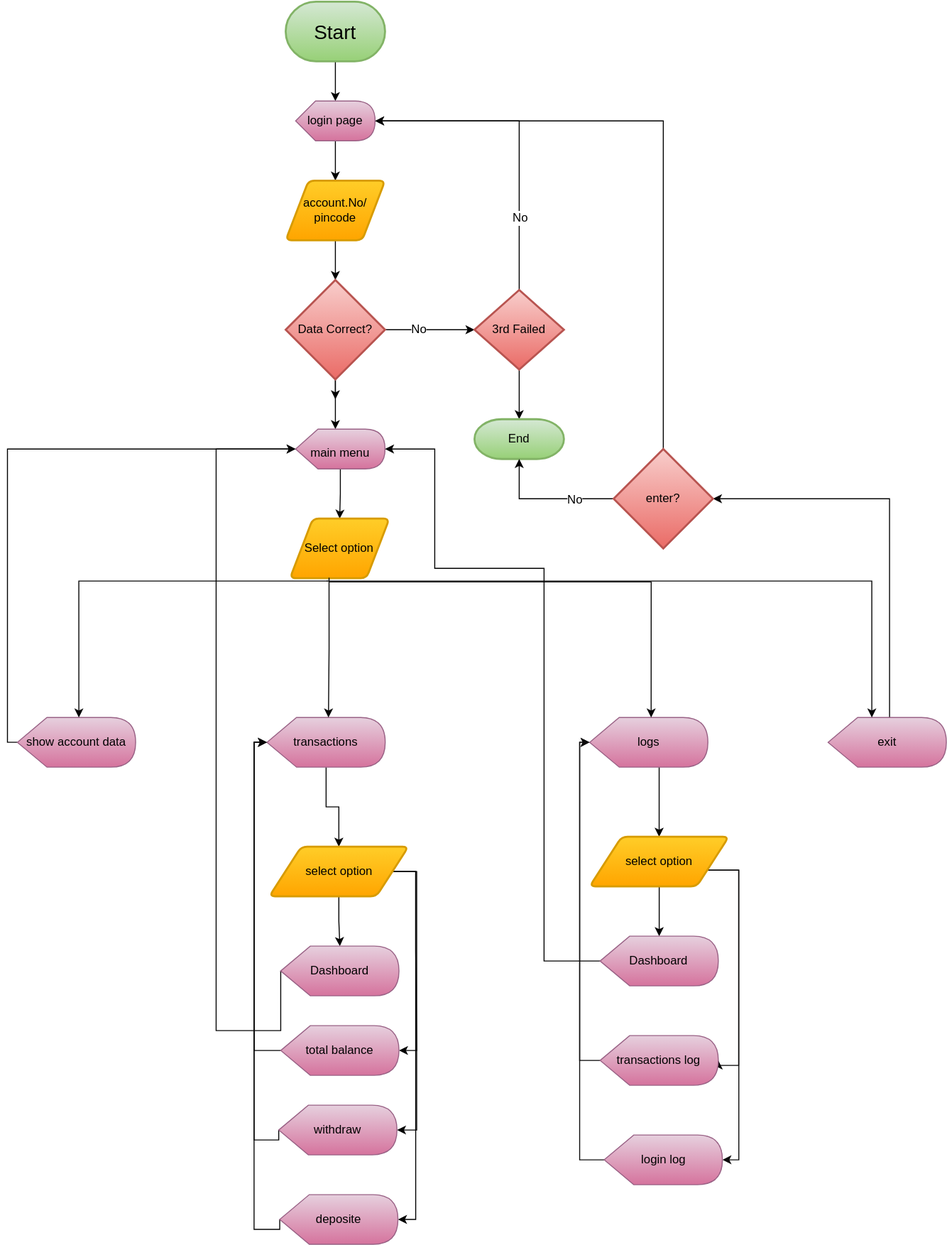
Earlier version of the draw.io export doc/2-Design/flowcharts/ATMApp_ScreensFlowchart.drawio.svg (KareemSolimanDev/OOBS-Object_Oriented_Bank_System). Source tidied: cells renumbered, new cells last; positions are measured from the earlier drawing's top-left corner, leaving out a move shared by most shapes.
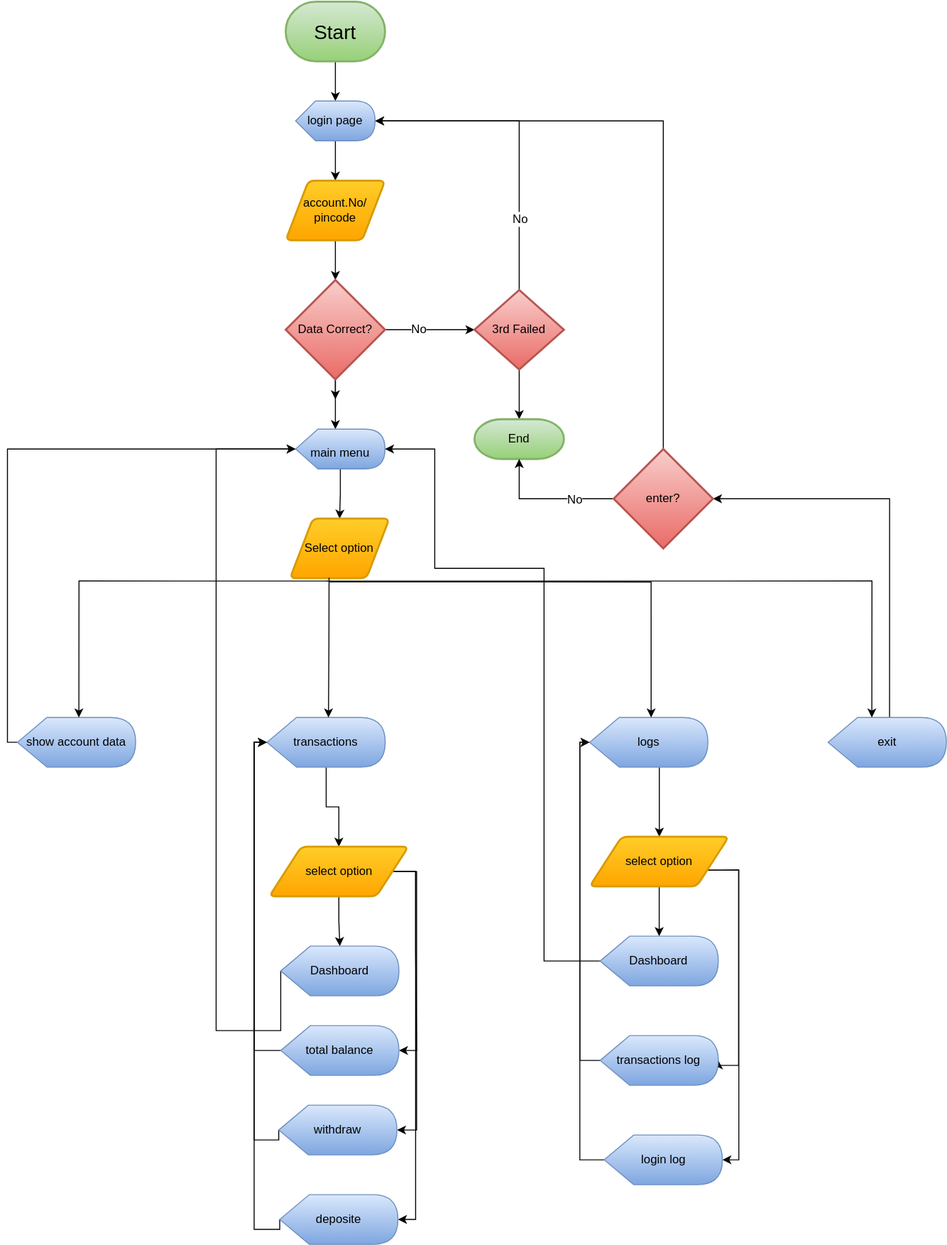
After the commit.

What changed in the source:
```diff
@@ -11,7 +11,7 @@
     <mxCell id="4" style="edgeStyle=none;curved=1;html=1;entryX=0.5;entryY=0;entryDx=0;entryDy=0;strokeColor=#000000;fontFamily=Helvetica;fontSize=20;" parent="1" edge="1" source="5" target="7">
       <mxGeometry relative="1" as="geometry" />
     </mxCell>
-    <mxCell id="5" value="login page" style="shape=display;whiteSpace=wrap;html=1;fillColor=#e6d0de;gradientColor=#d5739d;strokeColor=#996185;" parent="1" vertex="1">
+    <mxCell id="5" value="login page" style="shape=display;whiteSpace=wrap;html=1;fillColor=#dae8fc;gradientColor=#7ea6e0;strokeColor=#6c8ebf;" parent="1" vertex="1">
       <mxGeometry x="280" y="100" width="80" height="40" as="geometry" />
     </mxCell>
     <mxCell id="6" style="edgeStyle=none;curved=1;html=1;strokeColor=#000000;fontFamily=Helvetica;fontSize=20;" parent="1" edge="1" source="7" target="12">
@@ -54,7 +54,7 @@
     <mxCell id="17" style="edgeStyle=orthogonalEdgeStyle;rounded=0;html=1;strokeColor=#050505;" parent="1" edge="1" source="18" target="53">
       <mxGeometry relative="1" as="geometry" />
     </mxCell>
-    <mxCell id="18" value="&lt;span style=&quot;font-size: 12px;&quot;&gt;main menu&lt;br&gt;&lt;/span&gt;" style="shape=display;whiteSpace=wrap;html=1;fillColor=#e6d0de;gradientColor=#d5739d;strokeColor=#996185;fontFamily=Helvetica;fontSize=20;" parent="1" vertex="1">
+    <mxCell id="18" value="&lt;span style=&quot;font-size: 12px;&quot;&gt;main menu&lt;br&gt;&lt;/span&gt;" style="shape=display;whiteSpace=wrap;html=1;fillColor=#dae8fc;gradientColor=#7ea6e0;strokeColor=#6c8ebf;fontFamily=Helvetica;fontSize=20;" parent="1" vertex="1">
       <mxGeometry x="280" y="430" width="90" height="40" as="geometry" />
     </mxCell>
     <mxCell id="19" value="End" style="strokeWidth=2;html=1;shape=mxgraph.flowchart.terminator;whiteSpace=wrap;fontSize=12;fillColor=#d5e8d4;gradientColor=#97d077;strokeColor=#82b366;" parent="1" vertex="1">
@@ -63,7 +63,7 @@
     <mxCell id="20" style="edgeStyle=orthogonalEdgeStyle;rounded=0;html=1;exitX=0;exitY=0.5;exitDx=0;exitDy=0;exitPerimeter=0;entryX=0;entryY=0.5;entryDx=0;entryDy=0;entryPerimeter=0;strokeColor=#000000;fontSize=12;" parent="1" edge="1" source="21" target="18">
       <mxGeometry relative="1" as="geometry" />
     </mxCell>
-    <mxCell id="21" value="show account data" style="shape=display;whiteSpace=wrap;html=1;fillColor=#e6d0de;gradientColor=#d5739d;strokeColor=#996185;fontSize=12;" parent="1" vertex="1">
+    <mxCell id="21" value="show account data" style="shape=display;whiteSpace=wrap;html=1;fillColor=#dae8fc;gradientColor=#7ea6e0;strokeColor=#6c8ebf;fontSize=12;" parent="1" vertex="1">
       <mxGeometry y="720" width="119" height="50" as="geometry" />
     </mxCell>
     <mxCell id="22" style="edgeStyle=orthogonalEdgeStyle;rounded=0;html=1;strokeColor=#000000;fontSize=12;" parent="1" edge="1" source="23" target="35">
@@ -74,19 +74,19 @@
         </Array>
       </mxGeometry>
     </mxCell>
-    <mxCell id="23" value="logs" style="shape=display;whiteSpace=wrap;html=1;fillColor=#e6d0de;gradientColor=#d5739d;strokeColor=#996185;fontSize=12;" parent="1" vertex="1">
+    <mxCell id="23" value="logs" style="shape=display;whiteSpace=wrap;html=1;fillColor=#dae8fc;gradientColor=#7ea6e0;strokeColor=#6c8ebf;fontSize=12;" parent="1" vertex="1">
       <mxGeometry x="575.9" y="720" width="119" height="50" as="geometry" />
     </mxCell>
     <mxCell id="24" style="edgeStyle=orthogonalEdgeStyle;rounded=0;html=1;strokeColor=#050505;" parent="1" edge="1" source="25" target="42">
       <mxGeometry relative="1" as="geometry" />
     </mxCell>
-    <mxCell id="25" value="transactions" style="shape=display;whiteSpace=wrap;html=1;fillColor=#e6d0de;gradientColor=#d5739d;strokeColor=#996185;fontSize=12;" parent="1" vertex="1">
+    <mxCell id="25" value="transactions" style="shape=display;whiteSpace=wrap;html=1;fillColor=#dae8fc;gradientColor=#7ea6e0;strokeColor=#6c8ebf;fontSize=12;" parent="1" vertex="1">
       <mxGeometry x="251.2" y="720" width="119" height="50" as="geometry" />
     </mxCell>
     <mxCell id="26" style="edgeStyle=orthogonalEdgeStyle;rounded=0;html=1;exitX=0;exitY=0;exitDx=61.874999999999986;exitDy=0;exitPerimeter=0;entryX=1;entryY=0.5;entryDx=0;entryDy=0;entryPerimeter=0;strokeColor=#050505;" parent="1" edge="1" source="27" target="31">
       <mxGeometry relative="1" as="geometry" />
     </mxCell>
-    <mxCell id="27" value="exit" style="shape=display;whiteSpace=wrap;html=1;fillColor=#e6d0de;gradientColor=#d5739d;strokeColor=#996185;fontSize=12;" parent="1" vertex="1">
+    <mxCell id="27" value="exit" style="shape=display;whiteSpace=wrap;html=1;fillColor=#dae8fc;gradientColor=#7ea6e0;strokeColor=#6c8ebf;fontSize=12;" parent="1" vertex="1">
       <mxGeometry x="815.8" y="720" width="119" height="50" as="geometry" />
     </mxCell>
     <mxCell id="28" style="edgeStyle=orthogonalEdgeStyle;html=1;exitX=0.5;exitY=0;exitDx=0;exitDy=0;exitPerimeter=0;entryX=1;entryY=0.5;entryDx=0;entryDy=0;entryPerimeter=0;strokeColor=#000000;fontSize=12;rounded=0;" parent="1" edge="1" source="31" target="5">
@@ -129,7 +129,7 @@
     <mxCell id="36" style="edgeStyle=orthogonalEdgeStyle;rounded=0;html=1;exitX=0;exitY=0.5;exitDx=0;exitDy=0;exitPerimeter=0;entryX=0;entryY=0.5;entryDx=0;entryDy=0;entryPerimeter=0;strokeColor=#000000;fontSize=12;" parent="1" edge="1" source="37" target="23">
       <mxGeometry relative="1" as="geometry" />
     </mxCell>
-    <mxCell id="37" value="transactions log" style="shape=display;whiteSpace=wrap;html=1;fillColor=#e6d0de;gradientColor=#d5739d;strokeColor=#996185;fontSize=12;" parent="1" vertex="1">
+    <mxCell id="37" value="transactions log" style="shape=display;whiteSpace=wrap;html=1;fillColor=#dae8fc;gradientColor=#7ea6e0;strokeColor=#6c8ebf;fontSize=12;" parent="1" vertex="1">
       <mxGeometry x="586.4" y="1040" width="119" height="50" as="geometry" />
     </mxCell>
     <mxCell id="38" style="edgeStyle=orthogonalEdgeStyle;rounded=0;html=1;strokeColor=#000000;fontSize=12;" parent="1" edge="1" source="42" target="46">
@@ -171,7 +171,7 @@
         </Array>
       </mxGeometry>
     </mxCell>
-    <mxCell id="44" value="total balance" style="shape=display;whiteSpace=wrap;html=1;fillColor=#e6d0de;gradientColor=#d5739d;strokeColor=#996185;fontSize=12;" parent="1" vertex="1">
+    <mxCell id="44" value="total balance" style="shape=display;whiteSpace=wrap;html=1;fillColor=#dae8fc;gradientColor=#7ea6e0;strokeColor=#6c8ebf;fontSize=12;" parent="1" vertex="1">
       <mxGeometry x="265" y="1030" width="119" height="50" as="geometry" />
     </mxCell>
     <mxCell id="45" style="edgeStyle=orthogonalEdgeStyle;rounded=0;html=1;exitX=0;exitY=0.5;exitDx=0;exitDy=0;exitPerimeter=0;entryX=0;entryY=0.5;entryDx=0;entryDy=0;entryPerimeter=0;strokeColor=#050505;" parent="1" edge="1" source="46" target="18">
@@ -182,7 +182,7 @@
         </Array>
       </mxGeometry>
     </mxCell>
-    <mxCell id="46" value="Dashboard" style="shape=display;whiteSpace=wrap;html=1;fillColor=#e6d0de;gradientColor=#d5739d;strokeColor=#996185;fontSize=12;" parent="1" vertex="1">
+    <mxCell id="46" value="Dashboard" style="shape=display;whiteSpace=wrap;html=1;fillColor=#dae8fc;gradientColor=#7ea6e0;strokeColor=#6c8ebf;fontSize=12;" parent="1" vertex="1">
       <mxGeometry x="265" y="950" width="119" height="50" as="geometry" />
     </mxCell>
     <mxCell id="47" style="edgeStyle=orthogonalEdgeStyle;rounded=0;html=1;exitX=0;exitY=0.5;exitDx=0;exitDy=0;exitPerimeter=0;entryX=0;entryY=0.5;entryDx=0;entryDy=0;entryPerimeter=0;strokeColor=#050505;" parent="1" edge="1" source="48" target="25">
@@ -194,7 +194,7 @@
         </Array>
       </mxGeometry>
     </mxCell>
-    <mxCell id="48" value="deposite" style="shape=display;whiteSpace=wrap;html=1;fillColor=#e6d0de;gradientColor=#d5739d;strokeColor=#996185;fontSize=12;" parent="1" vertex="1">
+    <mxCell id="48" value="deposite" style="shape=display;whiteSpace=wrap;html=1;fillColor=#dae8fc;gradientColor=#7ea6e0;strokeColor=#6c8ebf;fontSize=12;" parent="1" vertex="1">
       <mxGeometry x="264" y="1200" width="119" height="50" as="geometry" />
     </mxCell>
     <mxCell id="49" style="edgeStyle=orthogonalEdgeStyle;rounded=0;html=1;exitX=0;exitY=0.5;exitDx=0;exitDy=0;exitPerimeter=0;entryX=0;entryY=0.5;entryDx=0;entryDy=0;entryPerimeter=0;strokeColor=#050505;" parent="1" edge="1" source="50" target="25">
@@ -206,7 +206,7 @@
         </Array>
       </mxGeometry>
     </mxCell>
-    <mxCell id="50" value="withdraw" style="shape=display;whiteSpace=wrap;html=1;fillColor=#e6d0de;gradientColor=#d5739d;strokeColor=#996185;fontSize=12;" parent="1" vertex="1">
+    <mxCell id="50" value="withdraw" style="shape=display;whiteSpace=wrap;html=1;fillColor=#dae8fc;gradientColor=#7ea6e0;strokeColor=#6c8ebf;fontSize=12;" parent="1" vertex="1">
       <mxGeometry x="263" y="1110" width="119" height="50" as="geometry" />
     </mxCell>
     <mxCell id="51" style="edgeStyle=orthogonalEdgeStyle;rounded=0;html=1;exitX=0;exitY=0.5;exitDx=0;exitDy=0;exitPerimeter=0;entryX=1;entryY=0.5;entryDx=0;entryDy=0;entryPerimeter=0;strokeColor=#000000;fontSize=12;" parent="1" edge="1" source="52" target="18">
@@ -219,7 +219,7 @@
         </Array>
       </mxGeometry>
     </mxCell>
-    <mxCell id="52" value="Dashboard" style="shape=display;whiteSpace=wrap;html=1;fillColor=#e6d0de;gradientColor=#d5739d;strokeColor=#996185;fontSize=12;" parent="1" vertex="1">
+    <mxCell id="52" value="Dashboard" style="shape=display;whiteSpace=wrap;html=1;fillColor=#dae8fc;gradientColor=#7ea6e0;strokeColor=#6c8ebf;fontSize=12;" parent="1" vertex="1">
       <mxGeometry x="586.4" y="940" width="119" height="50" as="geometry" />
     </mxCell>
     <mxCell id="53" value="Select option" style="shape=parallelogram;html=1;strokeWidth=2;perimeter=parallelogramPerimeter;whiteSpace=wrap;rounded=1;arcSize=12;size=0.23;fontSize=12;fillColor=#ffcd28;gradientColor=#ffa500;strokeColor=#d79b00;fontFamily=Helvetica;" parent="1" vertex="1">
@@ -244,7 +244,7 @@
     <mxCell id="58" style="edgeStyle=orthogonalEdgeStyle;rounded=0;html=1;exitX=0;exitY=0.5;exitDx=0;exitDy=0;exitPerimeter=0;entryX=0;entryY=0.5;entryDx=0;entryDy=0;entryPerimeter=0;strokeColor=#0d0c0c;" parent="1" edge="1" source="59" target="23">
       <mxGeometry relative="1" as="geometry" />
     </mxCell>
-    <mxCell id="59" value="login log" style="shape=display;whiteSpace=wrap;html=1;fillColor=#e6d0de;gradientColor=#d5739d;strokeColor=#996185;fontSize=12;" parent="1" vertex="1">
+    <mxCell id="59" value="login log" style="shape=display;whiteSpace=wrap;html=1;fillColor=#dae8fc;gradientColor=#7ea6e0;strokeColor=#6c8ebf;fontSize=12;" parent="1" vertex="1">
       <mxGeometry x="590.5" y="1140" width="119" height="50" as="geometry" />
     </mxCell>
   </root>
```
